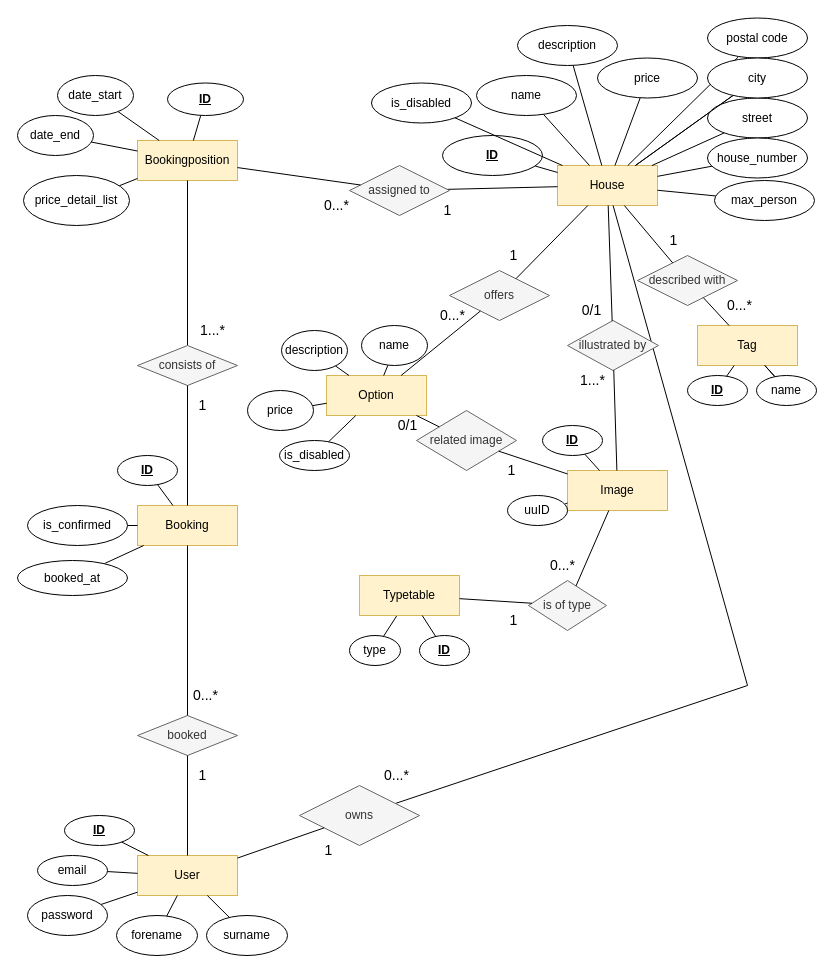
The draw.io diagram database/ER-Diagram.drawio in eXtgmA/vacation_rental, before the edit. Source tidied: cells renumbered, new cells numbered last; positions are measured from the earlier drawing's top-left corner, leaving out a move shared by most shapes. Both pictures are drawn from the tidied source at 100%, with x=0, y=0 at pixel (17, 17).
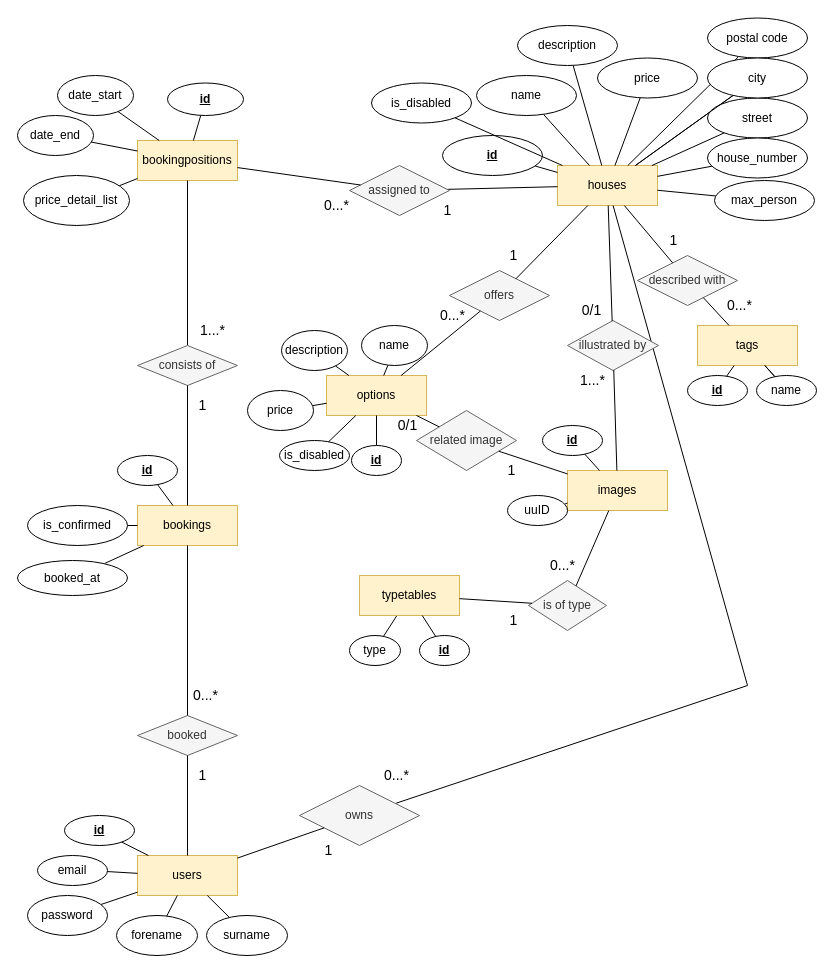
The same diagram, later.

Commit message:
implement nameing conventions and add options id

Diff of the diagram source:
```diff
@@
-    <mxCell id="2" value="User" style="whiteSpace=wrap;html=1;align=center;fillColor=#fff2cc;strokeColor=#d6b656;" parent="1" vertex="1">
+    <mxCell id="2" value="users" style="whiteSpace=wrap;html=1;align=center;fillColor=#fff2cc;strokeColor=#d6b656;" parent="1" vertex="1">
       <mxGeometry x="120" y="838" width="100" height="40" as="geometry" />
     </mxCell>
@@
-    <mxCell id="4" value="&lt;b&gt;&lt;u&gt;ID&lt;br&gt;&lt;/u&gt;&lt;/b&gt;" style="ellipse;whiteSpace=wrap;html=1;align=center;" parent="1" vertex="1">
+    <mxCell id="4" value="&lt;b&gt;&lt;u&gt;id&lt;br&gt;&lt;/u&gt;&lt;/b&gt;" style="ellipse;whiteSpace=wrap;html=1;align=center;" parent="1" vertex="1">
       <mxGeometry x="47" y="798" width="70" height="30" as="geometry" />
     </mxCell>
@@
-    <mxCell id="13" value="Tag" style="whiteSpace=wrap;html=1;align=center;fillColor=#fff2cc;strokeColor=#d6b656;" parent="1" vertex="1">
+    <mxCell id="13" value="tags" style="whiteSpace=wrap;html=1;align=center;fillColor=#fff2cc;strokeColor=#d6b656;" parent="1" vertex="1">
       <mxGeometry x="680" y="308" width="100" height="40" as="geometry" />
     </mxCell>
@@
-    <mxCell id="15" value="&lt;b&gt;&lt;u&gt;ID&lt;/u&gt;&lt;/b&gt;" style="ellipse;whiteSpace=wrap;html=1;align=center;" parent="1" vertex="1">
+    <mxCell id="15" value="&lt;b&gt;&lt;u&gt;id&lt;/u&gt;&lt;/b&gt;" style="ellipse;whiteSpace=wrap;html=1;align=center;" parent="1" vertex="1">
       <mxGeometry x="670" y="358" width="60" height="30" as="geometry" />
     </mxCell>
@@
-    <mxCell id="17" value="Booking" style="whiteSpace=wrap;html=1;align=center;fillColor=#fff2cc;strokeColor=#d6b656;" parent="1" vertex="1">
+    <mxCell id="17" value="bookings" style="whiteSpace=wrap;html=1;align=center;fillColor=#fff2cc;strokeColor=#d6b656;" parent="1" vertex="1">
       <mxGeometry x="120" y="488" width="100" height="40" as="geometry" />
     </mxCell>
-    <mxCell id="18" value="Bookingposition" style="whiteSpace=wrap;html=1;align=center;fillColor=#fff2cc;strokeColor=#d6b656;" parent="1" vertex="1">
+    <mxCell id="18" value="bookingpositions" style="whiteSpace=wrap;html=1;align=center;fillColor=#fff2cc;strokeColor=#d6b656;" parent="1" vertex="1">
       <mxGeometry x="120" y="123" width="100" height="40" as="geometry" />
     </mxCell>
@@
-    <mxCell id="20" value="&lt;b&gt;&lt;u&gt;ID&lt;/u&gt;&lt;/b&gt;" style="ellipse;whiteSpace=wrap;html=1;align=center;" parent="1" vertex="1">
+    <mxCell id="20" value="&lt;b&gt;&lt;u&gt;id&lt;/u&gt;&lt;/b&gt;" style="ellipse;whiteSpace=wrap;html=1;align=center;" parent="1" vertex="1">
       <mxGeometry x="150" y="65.5" width="76" height="32.5" as="geometry" />
     </mxCell>
-    <mxCell id="21" value="House" style="whiteSpace=wrap;html=1;align=center;fillColor=#fff2cc;strokeColor=#d6b656;" parent="1" vertex="1">
+    <mxCell id="21" value="houses" style="whiteSpace=wrap;html=1;align=center;fillColor=#fff2cc;strokeColor=#d6b656;" parent="1" vertex="1">
       <mxGeometry x="540" y="148" width="100" height="40" as="geometry" />
     </mxCell>
@@
-    <mxCell id="27" value="&lt;b&gt;&lt;u&gt;ID&lt;/u&gt;&lt;/b&gt;" style="ellipse;whiteSpace=wrap;html=1;align=center;" parent="1" vertex="1">
+    <mxCell id="27" value="&lt;b&gt;&lt;u&gt;id&lt;/u&gt;&lt;/b&gt;" style="ellipse;whiteSpace=wrap;html=1;align=center;" parent="1" vertex="1">
       <mxGeometry x="425" y="118" width="100" height="40" as="geometry" />
     </mxCell>
@@
-    <mxCell id="59" value="&lt;b&gt;&lt;u&gt;ID&lt;/u&gt;&lt;/b&gt;" style="ellipse;whiteSpace=wrap;html=1;align=center;" parent="1" vertex="1">
+    <mxCell id="59" value="&lt;b&gt;&lt;u&gt;id&lt;/u&gt;&lt;/b&gt;" style="ellipse;whiteSpace=wrap;html=1;align=center;" parent="1" vertex="1">
       <mxGeometry x="100" y="438" width="60" height="30" as="geometry" />
     </mxCell>
-    <mxCell id="60" value="Image" style="whiteSpace=wrap;html=1;align=center;fillColor=#fff2cc;strokeColor=#d6b656;" parent="1" vertex="1">
+    <mxCell id="60" value="images" style="whiteSpace=wrap;html=1;align=center;fillColor=#fff2cc;strokeColor=#d6b656;" parent="1" vertex="1">
       <mxGeometry x="550" y="453" width="100" height="40" as="geometry" />
     </mxCell>
@@
-    <mxCell id="62" value="&lt;b&gt;&lt;u&gt;ID&lt;/u&gt;&lt;/b&gt;" style="ellipse;whiteSpace=wrap;html=1;align=center;" parent="1" vertex="1">
+    <mxCell id="62" value="&lt;b&gt;&lt;u&gt;id&lt;/u&gt;&lt;/b&gt;" style="ellipse;whiteSpace=wrap;html=1;align=center;" parent="1" vertex="1">
       <mxGeometry x="525" y="408" width="60" height="30" as="geometry" />
     </mxCell>
@@
-    <mxCell id="74" value="Option" style="whiteSpace=wrap;html=1;align=center;fillColor=#fff2cc;strokeColor=#d6b656;" parent="1" vertex="1">
+    <mxCell id="74" value="options" style="whiteSpace=wrap;html=1;align=center;fillColor=#fff2cc;strokeColor=#d6b656;" parent="1" vertex="1">
       <mxGeometry x="309" y="358" width="100" height="40" as="geometry" />
     </mxCell>
@@
-    <mxCell id="83" value="Typetable" style="whiteSpace=wrap;html=1;align=center;fillColor=#fff2cc;strokeColor=#d6b656;" parent="1" vertex="1">
+    <mxCell id="83" value="typetables" style="whiteSpace=wrap;html=1;align=center;fillColor=#fff2cc;strokeColor=#d6b656;" parent="1" vertex="1">
       <mxGeometry x="342" y="558" width="100" height="40" as="geometry" />
     </mxCell>
@@
-    <mxCell id="86" value="&lt;b&gt;&lt;u&gt;ID&lt;/u&gt;&lt;/b&gt;" style="ellipse;whiteSpace=wrap;html=1;align=center;" parent="1" vertex="1">
+    <mxCell id="86" value="&lt;b&gt;&lt;u&gt;id&lt;/u&gt;&lt;/b&gt;" style="ellipse;whiteSpace=wrap;html=1;align=center;" parent="1" vertex="1">
       <mxGeometry x="402" y="618" width="50" height="30" as="geometry" />
     </mxCell>
@@
+    <mxCell id="121" style="rounded=0;jettySize=auto;html=1;endArrow=none;endFill=0;" parent="1" edge="1" source="122" target="74">
+      <mxGeometry relative="1" as="geometry" />
+    </mxCell>
+    <mxCell id="122" value="&lt;b&gt;&lt;u&gt;id&lt;/u&gt;&lt;/b&gt;" style="ellipse;whiteSpace=wrap;html=1;align=center;" parent="1" vertex="1">
+      <mxGeometry x="334" y="428" width="50" height="30" as="geometry" />
+    </mxCell>
```
